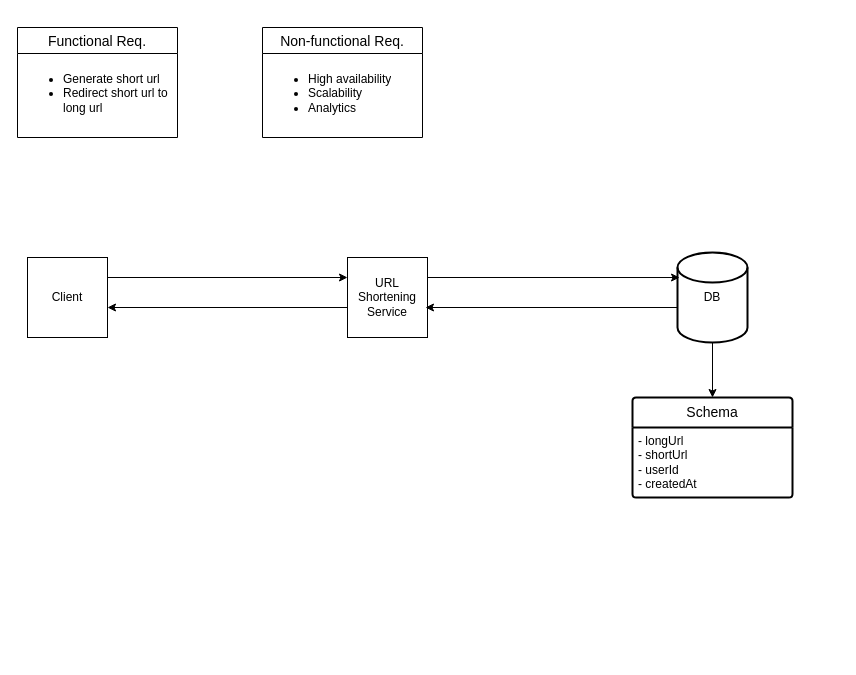
Above: url-shortening.drawio in meghsohor/system-design (draw.io), before the change. Source tidied: cells renumbered, new cells numbered last; positions are measured from the earlier drawing's top-left corner, leaving out a move shared by most shapes. Both pictures are drawn from the tidied source at 100%, with x=0, y=0 at pixel (17, 27).
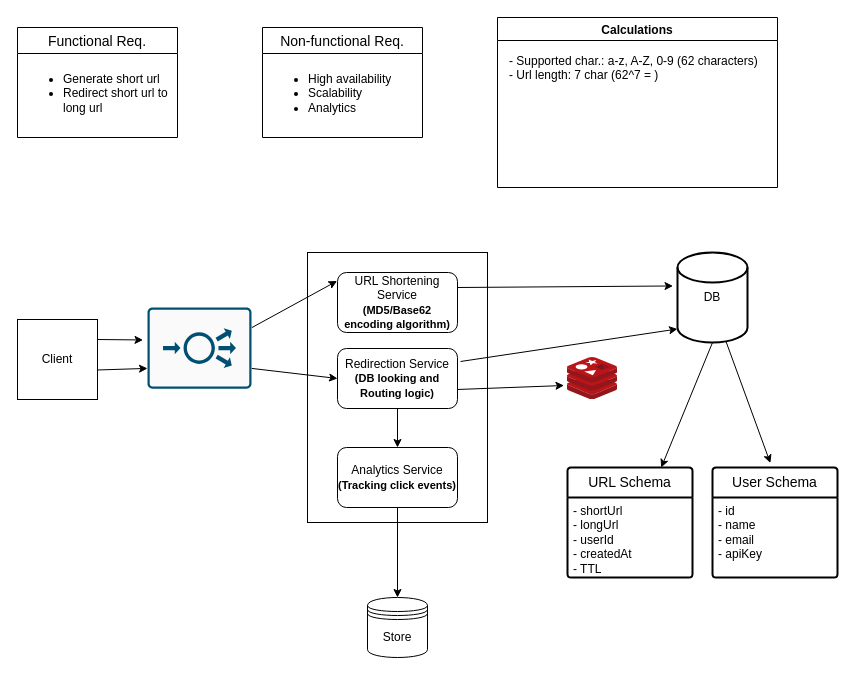
The same diagram, later.

The change refers to these unchanged cells:
```xml
<mxCell id="4" value="DB" style="strokeWidth=2;html=1;shape=mxgraph.flowchart.database;whiteSpace=wrap;" parent="1" vertex="1">
  <mxGeometry x="660" y="225" width="70" height="90" as="geometry" />
</mxCell>
```

What changed in the source:
```diff
@@
     <mxCell id="2" value="Client" style="whiteSpace=wrap;html=1;" parent="1" vertex="1">
-      <mxGeometry x="10" y="230" width="80" height="80" as="geometry" />
+      <mxGeometry y="292" width="80" height="80" as="geometry" />
     </mxCell>
-    <mxCell id="3" value="URL Shortening Service" style="whiteSpace=wrap;html=1;" parent="1" vertex="1">
-      <mxGeometry x="330" y="230" width="80" height="80" as="geometry" />
-    </mxCell>
@@
-    <mxCell id="5" style="endArrow=classic;html=1;rounded=0;entryX=0;entryY=0.5;entryDx=0;entryDy=0;exitX=1;exitY=0.5;exitDx=0;exitDy=0;" parent="1" edge="1">
-      <mxGeometry relative="1" as="geometry">
-        <mxPoint x="90" y="250" as="sourcePoint" />
-        <mxPoint x="330" y="250" as="targetPoint" />
-      </mxGeometry>
-    </mxCell>
-    <mxCell id="6" style="endArrow=classic;html=1;rounded=0;entryX=0.029;entryY=0.278;entryDx=0;entryDy=0;exitX=1;exitY=0.5;exitDx=0;exitDy=0;entryPerimeter=0;" parent="1" edge="1" target="4">
-      <mxGeometry relative="1" as="geometry">
-        <mxPoint x="410" y="250" as="sourcePoint" />
-      </mxGeometry>
-    </mxCell>
-    <mxCell id="7" style="endArrow=classic;html=1;rounded=0;entryX=0;entryY=0.5;entryDx=0;entryDy=0;exitX=1;exitY=0.5;exitDx=0;exitDy=0;" parent="1" edge="1">
-      <mxGeometry relative="1" as="geometry">
-        <mxPoint x="330" y="280" as="sourcePoint" />
-        <mxPoint x="90" y="280" as="targetPoint" />
-      </mxGeometry>
-    </mxCell>
-    <mxCell id="8" style="endArrow=classic;html=1;rounded=0;entryX=0.029;entryY=0.278;entryDx=0;entryDy=0;exitX=1;exitY=0.5;exitDx=0;exitDy=0;entryPerimeter=0;" parent="1" edge="1">
-      <mxGeometry relative="1" as="geometry">
-        <mxPoint x="660" y="280" as="sourcePoint" />
-        <mxPoint x="408" y="280" as="targetPoint" />
-      </mxGeometry>
-    </mxCell>
-    <mxCell id="9" value="Schema" style="swimlane;horizontal=1;startSize=30;rounded=1;fontSize=14;fontStyle=0;strokeWidth=2;shadow=0;dashed=0;align=center;arcSize=4;whiteSpace=wrap;html=1;" parent="1" vertex="1">
-      <mxGeometry x="615" y="370" width="160" height="100" as="geometry" />
+    <mxCell id="9" value="URL Schema" style="swimlane;horizontal=1;startSize=30;rounded=1;fontSize=14;fontStyle=0;strokeWidth=2;shadow=0;dashed=0;align=center;arcSize=4;whiteSpace=wrap;html=1;" parent="1" vertex="1">
+      <mxGeometry x="550" y="440" width="125" height="110" as="geometry" />
     </mxCell>
-    <mxCell id="10" value="- longUrl&lt;div&gt;- shortUrl&lt;/div&gt;&lt;div&gt;- userId&lt;/div&gt;&lt;div&gt;- createdAt&lt;/div&gt;" style="align=left;strokeColor=none;fillColor=none;spacingLeft=4;fontSize=12;verticalAlign=top;html=1;" parent="9" vertex="1">
-      <mxGeometry y="30" width="160" height="70" as="geometry" />
+    <mxCell id="10" value="&lt;div&gt;- shortUrl&lt;br&gt;&lt;/div&gt;- longUrl&lt;div&gt;- userId&lt;/div&gt;&lt;div&gt;- createdAt&lt;/div&gt;&lt;div&gt;- TTL&lt;/div&gt;" style="align=left;strokeColor=none;fillColor=none;spacingLeft=4;fontSize=12;verticalAlign=top;html=1;" parent="9" vertex="1">
+      <mxGeometry y="30" width="125" height="80" as="geometry" />
     </mxCell>
@@
-    <mxCell id="12" style="endArrow=classic;html=1;rounded=0;exitX=0.5;exitY=1;exitDx=0;exitDy=0;exitPerimeter=0;entryX=0.5;entryY=0;entryDx=0;entryDy=0;" parent="1" edge="1" source="4" target="9">
+    <mxCell id="12" style="endArrow=classic;html=1;rounded=0;exitX=0.5;exitY=1;exitDx=0;exitDy=0;exitPerimeter=0;entryX=0.75;entryY=0;entryDx=0;entryDy=0;" parent="1" edge="1" source="4" target="9">
       <mxGeometry relative="1" as="geometry" />
     </mxCell>
@@
+    <mxCell id="17" value="User Schema" style="swimlane;horizontal=1;startSize=30;rounded=1;fontSize=14;fontStyle=0;strokeWidth=2;shadow=0;dashed=0;align=center;arcSize=4;whiteSpace=wrap;html=1;" parent="1" vertex="1">
+      <mxGeometry x="695" y="440" width="125" height="110" as="geometry" />
+    </mxCell>
+    <mxCell id="18" value="&lt;div&gt;- id&lt;br&gt;&lt;/div&gt;- name&lt;div&gt;- email&lt;/div&gt;&lt;div&gt;- apiKey&lt;/div&gt;" style="align=left;strokeColor=none;fillColor=none;spacingLeft=4;fontSize=12;verticalAlign=top;html=1;" parent="17" vertex="1">
+      <mxGeometry y="30" width="125" height="80" as="geometry" />
+    </mxCell>
+    <mxCell id="19" style="edgeStyle=orthogonalEdgeStyle;rounded=0;orthogonalLoop=1;jettySize=auto;html=1;exitX=0.5;exitY=1;exitDx=0;exitDy=0;" parent="17" edge="1" source="18" target="18">
+      <mxGeometry relative="1" as="geometry" />
+    </mxCell>
+    <mxCell id="20" style="endArrow=classic;html=1;rounded=0;exitX=0.695;exitY=0.993;exitDx=0;exitDy=0;exitPerimeter=0;entryX=0.463;entryY=-0.04;entryDx=0;entryDy=0;entryPerimeter=0;" parent="1" edge="1" source="4" target="17">
+      <mxGeometry relative="1" as="geometry" />
+    </mxCell>
+    <mxCell id="21" value="Calculations" style="swimlane;" parent="1" vertex="1">
+      <mxGeometry x="480" y="-10" width="280" height="170" as="geometry" />
+    </mxCell>
+    <mxCell id="22" value="- Supported char.: a-z, A-Z, 0-9 (62 characters)&lt;div&gt;- Url length: 7 char (62^7 = )&lt;/div&gt;" style="text;html=1;align=left;verticalAlign=top;whiteSpace=wrap;rounded=0;" parent="21" vertex="1">
+      <mxGeometry x="10" y="30" width="260" height="130" as="geometry" />
+    </mxCell>
+    <mxCell id="23" style="group;" parent="1" vertex="1">
+      <mxGeometry x="290" y="225" width="180" height="270" as="geometry" />
+    </mxCell>
+    <mxCell id="3" style="whiteSpace=wrap;html=1;" parent="23" vertex="1">
+      <mxGeometry width="180" height="270" as="geometry" />
+    </mxCell>
+    <mxCell id="24" value="URL Shortening Service&lt;div&gt;&lt;font style=&quot;font-size: 11px;&quot;&gt;&lt;b&gt;(MD5/Base62 encoding algorithm)&lt;/b&gt;&lt;/font&gt;&lt;/div&gt;" style="rounded=1;whiteSpace=wrap;html=1;" parent="23" vertex="1">
+      <mxGeometry x="30" y="20" width="120" height="60" as="geometry" />
+    </mxCell>
+    <mxCell id="25" value="Redirection Service&lt;div&gt;&lt;font style=&quot;font-size: 11px;&quot;&gt;&lt;b&gt;(DB looking and Routing logic)&lt;/b&gt;&lt;/font&gt;&lt;/div&gt;" style="rounded=1;whiteSpace=wrap;html=1;" parent="23" vertex="1">
+      <mxGeometry x="30" y="96" width="120" height="60" as="geometry" />
+    </mxCell>
+    <mxCell id="26" value="Analytics Service&lt;div&gt;&lt;font style=&quot;font-size: 11px;&quot;&gt;&lt;b&gt;(Tracking click events)&lt;/b&gt;&lt;/font&gt;&lt;/div&gt;" style="rounded=1;whiteSpace=wrap;html=1;" parent="23" vertex="1">
+      <mxGeometry x="30" y="195" width="120" height="60" as="geometry" />
+    </mxCell>
+    <mxCell id="27" style="endArrow=classic;html=1;rounded=0;entryX=0.5;entryY=0;entryDx=0;entryDy=0;exitX=0.5;exitY=1;exitDx=0;exitDy=0;" parent="23" edge="1" source="25" target="26">
+      <mxGeometry relative="1" as="geometry" />
+    </mxCell>
+    <mxCell id="6" style="endArrow=classic;html=1;rounded=0;entryX=-0.064;entryY=0.372;entryDx=0;entryDy=0;exitX=1;exitY=0.25;exitDx=0;exitDy=0;entryPerimeter=0;" parent="1" edge="1" source="24" target="4">
+      <mxGeometry relative="1" as="geometry" />
+    </mxCell>
+    <mxCell id="5" style="endArrow=classic;html=1;rounded=0;entryX=-0.004;entryY=0.142;entryDx=0;entryDy=0;exitX=1;exitY=0.25;exitDx=0;exitDy=0;entryPerimeter=0;" parent="1" edge="1" source="36" target="24">
+      <mxGeometry relative="1" as="geometry" />
+    </mxCell>
+    <mxCell id="28" style="image;sketch=0;html=1;align=center;fontSize=12;image=img/lib/mscae/Cache_Redis_Product.svg;" parent="1" vertex="1">
+      <mxGeometry x="550" y="330" width="50" height="42" as="geometry" />
+    </mxCell>
+    <mxCell id="29" style="endArrow=classic;html=1;rounded=0;entryX=-0.07;entryY=0.583;entryDx=0;entryDy=0;entryPerimeter=0;exitX=0.996;exitY=0.625;exitDx=0;exitDy=0;exitPerimeter=0;" parent="1" edge="1">
+      <mxGeometry relative="1" as="geometry">
+        <mxPoint x="439.5" y="362" as="sourcePoint" />
+        <mxPoint x="546.5" y="358" as="targetPoint" />
+      </mxGeometry>
+    </mxCell>
+    <mxCell id="30" style="endArrow=classic;html=1;rounded=0;entryX=0;entryY=0.85;entryDx=0;entryDy=0;entryPerimeter=0;exitX=0.996;exitY=0.625;exitDx=0;exitDy=0;exitPerimeter=0;" parent="1" edge="1" target="4">
+      <mxGeometry relative="1" as="geometry">
+        <mxPoint x="443" y="334" as="sourcePoint" />
+      </mxGeometry>
+    </mxCell>
+    <mxCell id="31" style="endArrow=classic;html=1;rounded=0;entryX=0;entryY=0.5;entryDx=0;entryDy=0;exitX=1;exitY=0.75;exitDx=0;exitDy=0;" parent="1" edge="1" source="36" target="25">
+      <mxGeometry relative="1" as="geometry" />
+    </mxCell>
+    <mxCell id="32" value="Store" style="shape=datastore;whiteSpace=wrap;html=1;" parent="1" vertex="1">
+      <mxGeometry x="350" y="570" width="60" height="60" as="geometry" />
+    </mxCell>
+    <mxCell id="33" style="endArrow=classic;html=1;rounded=0;entryX=0.5;entryY=0;entryDx=0;entryDy=0;exitX=0.5;exitY=1;exitDx=0;exitDy=0;" parent="1" edge="1" source="26" target="32">
+      <mxGeometry relative="1" as="geometry" />
+    </mxCell>
+    <mxCell id="34" style="endArrow=classic;html=1;rounded=0;entryX=-0.043;entryY=0.4;entryDx=0;entryDy=0;exitX=1;exitY=0.25;exitDx=0;exitDy=0;entryPerimeter=0;" parent="1" edge="1" source="2" target="36">
+      <mxGeometry relative="1" as="geometry" />
+    </mxCell>
+    <mxCell id="35" style="endArrow=classic;html=1;rounded=0;entryX=0;entryY=0.75;entryDx=0;entryDy=0;exitX=1.006;exitY=0.631;exitDx=0;exitDy=0;entryPerimeter=0;exitPerimeter=0;" parent="1" edge="1" source="2" target="36">
+      <mxGeometry relative="1" as="geometry" />
+    </mxCell>
+    <mxCell id="36" style="sketch=0;points=[[0.015,0.015,0],[0.985,0.015,0],[0.985,0.985,0],[0.015,0.985,0],[0.25,0,0],[0.5,0,0],[0.75,0,0],[1,0.25,0],[1,0.5,0],[1,0.75,0],[0.75,1,0],[0.5,1,0],[0.25,1,0],[0,0.75,0],[0,0.5,0],[0,0.25,0]];verticalLabelPosition=bottom;html=1;verticalAlign=top;align=center;shape=mxgraph.cisco19.rect;prIcon=load_balancer;fillColor=#FAFAFA;strokeColor=#005073;" parent="1" vertex="1">
+      <mxGeometry x="130" y="280" width="104" height="81.2" as="geometry" />
+    </mxCell>
```
